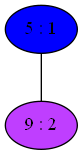
Before: Compiler/0iGraph.png, a diagram exported from Graphviz (mbajaj92/Project-Astoria). Its source is kept beside it as Compiler/0iGraph.dot. Source of this version:
```dot
strict graph {
5[label="5 : 1" style=filled fillcolor="blue1"];
5 -- 9
9[label="9 : 2" style=filled fillcolor="darkorchid1"];
9 -- 5
}
```
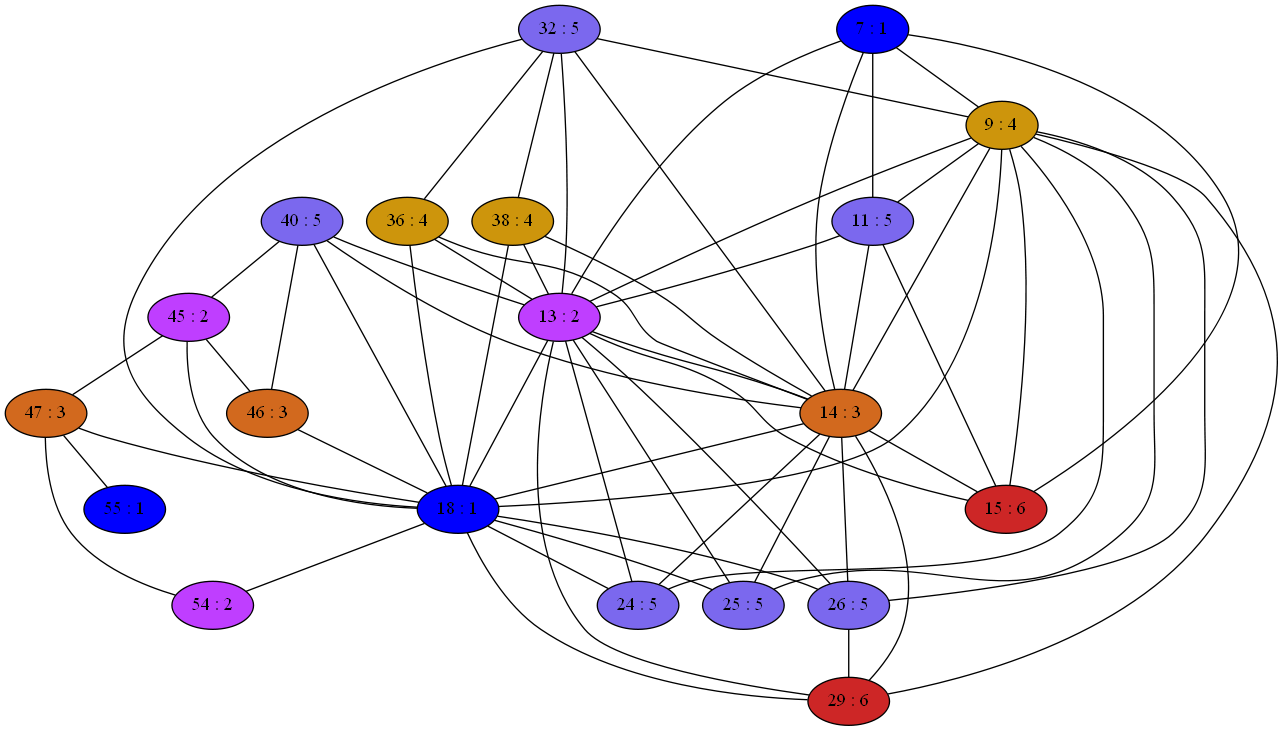
After the change.

The edit, as a diff of the source:
```diff
@@ -1,6 +1,142 @@
 strict graph {
-5[label="5 : 1" style=filled fillcolor="blue1"];
-5 -- 9
-9[label="9 : 2" style=filled fillcolor="darkorchid1"];
-9 -- 5
+32[label="32 : 5" style=filled fillcolor="mediumslateblue"];
+32 -- 18
+32 -- 36
+32 -- 38
+32 -- 9
+32 -- 13
+32 -- 14
+36[label="36 : 4" style=filled fillcolor="darkgoldenrod3"];
+36 -- 32
+36 -- 18
+36 -- 13
+36 -- 14
+38[label="38 : 4" style=filled fillcolor="darkgoldenrod3"];
+38 -- 32
+38 -- 18
+38 -- 13
+38 -- 14
+7[label="7 : 1" style=filled fillcolor="blue1"];
+7 -- 9
+7 -- 11
+7 -- 13
+7 -- 14
+7 -- 15
+40[label="40 : 5" style=filled fillcolor="mediumslateblue"];
+40 -- 18
+40 -- 45
+40 -- 13
+40 -- 46
+40 -- 14
+9[label="9 : 4" style=filled fillcolor="darkgoldenrod3"];
+9 -- 32
+9 -- 18
+9 -- 7
+9 -- 24
+9 -- 25
+9 -- 26
+9 -- 11
+9 -- 29
+9 -- 13
+9 -- 14
+9 -- 15
+11[label="11 : 5" style=filled fillcolor="mediumslateblue"];
+11 -- 7
+11 -- 9
+11 -- 13
+11 -- 14
+11 -- 15
+45[label="45 : 2" style=filled fillcolor="darkorchid1"];
+45 -- 18
+45 -- 40
+45 -- 46
+45 -- 47
+13[label="13 : 2" style=filled fillcolor="darkorchid1"];
+13 -- 32
+13 -- 36
+13 -- 38
+13 -- 7
+13 -- 40
+13 -- 9
+13 -- 11
+13 -- 14
+13 -- 15
+13 -- 18
+13 -- 24
+13 -- 25
+13 -- 26
+13 -- 29
+46[label="46 : 3" style=filled fillcolor="chocolate"];
+46 -- 18
+46 -- 40
+46 -- 45
+14[label="14 : 3" style=filled fillcolor="chocolate"];
+14 -- 32
+14 -- 36
+14 -- 38
+14 -- 7
+14 -- 40
+14 -- 9
+14 -- 11
+14 -- 13
+14 -- 15
+14 -- 18
+14 -- 24
+14 -- 25
+14 -- 26
+14 -- 29
+47[label="47 : 3" style=filled fillcolor="chocolate"];
+47 -- 18
+47 -- 54
+47 -- 55
+47 -- 45
+15[label="15 : 6" style=filled fillcolor="firebrick3"];
+15 -- 7
+15 -- 9
+15 -- 11
+15 -- 13
+15 -- 14
+18[label="18 : 1" style=filled fillcolor="blue1"];
+18 -- 32
+18 -- 36
+18 -- 38
+18 -- 40
+18 -- 9
+18 -- 45
+18 -- 13
+18 -- 46
+18 -- 14
+18 -- 47
+18 -- 54
+18 -- 24
+18 -- 25
+18 -- 26
+18 -- 29
+54[label="54 : 2" style=filled fillcolor="darkorchid1"];
+54 -- 18
+54 -- 47
+55[label="55 : 1" style=filled fillcolor="blue1"];
+55 -- 47
+24[label="24 : 5" style=filled fillcolor="mediumslateblue"];
+24 -- 18
+24 -- 9
+24 -- 13
+24 -- 14
+25[label="25 : 5" style=filled fillcolor="mediumslateblue"];
+25 -- 18
+25 -- 9
+25 -- 13
+25 -- 14
+26[label="26 : 5" style=filled fillcolor="mediumslateblue"];
+26 -- 18
+26 -- 9
+26 -- 29
+26 -- 13
+26 -- 14
+29[label="29 : 6" style=filled fillcolor="firebrick3"];
+29 -- 18
+29 -- 9
+29 -- 26
+29 -- 13
+29 -- 14
 }
```
